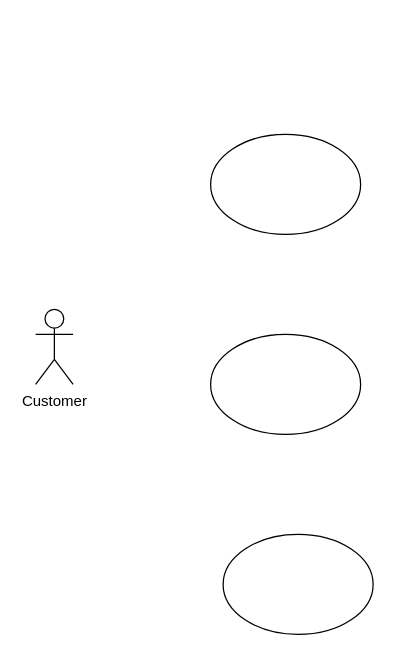
OlaAni/SEAT keeps this draw.io diagram as Customer.drawio. Above is the earlier version. Source tidied: cells renumbered, new cells numbered last; positions are measured from the earlier drawing's top-left corner, leaving out a move shared by most shapes. Both pictures are drawn from the tidied source at 125%, with x=0, y=0 at pixel (35, 134).
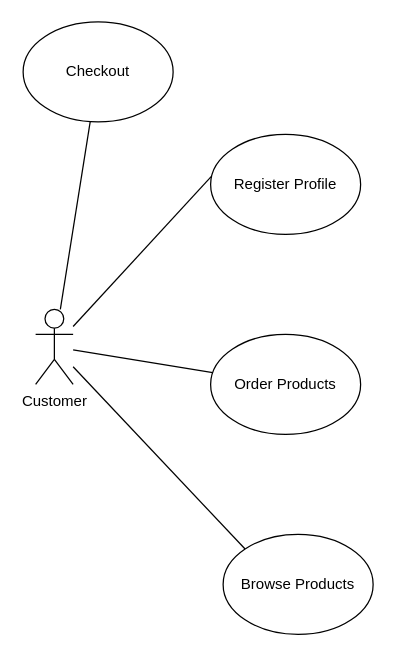
The same diagram, later.

Change to the diagram source:
```diff
@@
 <mxGraphModel>
   <root>
     <mxCell id="0" />
     <mxCell id="1" parent="0" />
+    <mxCell id="6" style="rounded=0;jettySize=auto;html=1;entryX=0.025;entryY=0.388;entryDx=0;entryDy=0;entryPerimeter=0;endArrow=none;endFill=0;" parent="1" edge="1" source="2" target="3">
+      <mxGeometry relative="1" as="geometry" />
+    </mxCell>
+    <mxCell id="7" style="edgeStyle=none;rounded=0;jettySize=auto;html=1;endArrow=none;endFill=0;" parent="1" edge="1" source="2" target="4">
+      <mxGeometry relative="1" as="geometry" />
+    </mxCell>
+    <mxCell id="8" style="edgeStyle=none;rounded=0;jettySize=auto;html=1;entryX=0;entryY=0;entryDx=0;entryDy=0;endArrow=none;endFill=0;" parent="1" edge="1" source="2" target="5">
+      <mxGeometry relative="1" as="geometry" />
+    </mxCell>
+    <mxCell id="9" style="edgeStyle=none;rounded=0;jettySize=auto;html=1;endArrow=none;endFill=0;" parent="1" edge="1" source="2" target="10">
+      <mxGeometry relative="1" as="geometry" />
+    </mxCell>
     <mxCell id="2" value="Customer" style="shape=umlActor;verticalLabelPosition=bottom;verticalAlign=top;html=1;outlineConnect=0;" parent="1" vertex="1">
       <mxGeometry y="140" width="30" height="60" as="geometry" />
     </mxCell>
-    <mxCell id="3" style="ellipse;whiteSpace=wrap;html=1;" parent="1" vertex="1">
+    <mxCell id="3" value="Register Profile" style="ellipse;whiteSpace=wrap;html=1;" parent="1" vertex="1">
       <mxGeometry x="140" width="120" height="80" as="geometry" />
     </mxCell>
-    <mxCell id="4" style="ellipse;whiteSpace=wrap;html=1;" parent="1" vertex="1">
+    <mxCell id="4" value="Order Products" style="ellipse;whiteSpace=wrap;html=1;" parent="1" vertex="1">
       <mxGeometry x="140" y="160" width="120" height="80" as="geometry" />
     </mxCell>
-    <mxCell id="5" style="ellipse;whiteSpace=wrap;html=1;" parent="1" vertex="1">
+    <mxCell id="5" value="Browse Products" style="ellipse;whiteSpace=wrap;html=1;" parent="1" vertex="1">
       <mxGeometry x="150" y="320" width="120" height="80" as="geometry" />
     </mxCell>
+    <mxCell id="10" value="Checkout" style="ellipse;whiteSpace=wrap;html=1;" parent="1" vertex="1">
+      <mxGeometry x="-10" y="-90" width="120" height="80" as="geometry" />
+    </mxCell>
   </root>
 </mxGraphModel>
```
